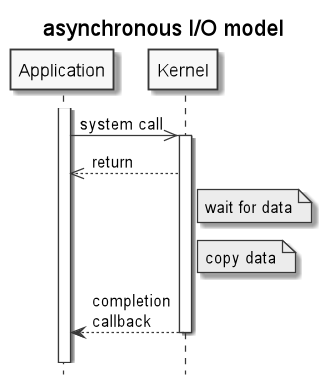
Earlier version of the PlantUML export .images/asynchronous_IO_model.png (c0p4c4b4n4/demo-sockets-io-nio-nio2).
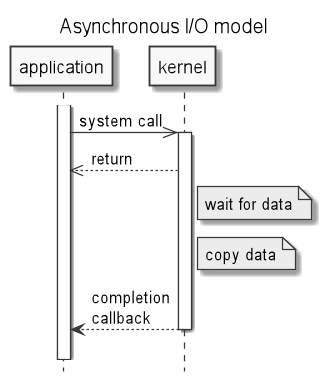
After the change.

Change to the diagram source:
```diff
@@ -1,14 +1,15 @@
 @startuml
-title asynchronous I/O model
+title Asynchronous I/O model
 hide footbox
 skinparam monochrome true
-activate Application
-Application->>Kernel: system call
-activate Kernel
-Kernel-->>Application: return
-Note right of Kernel: wait for data
-Note right of Kernel: copy data
-Kernel-->Application: completion\ncallback
-deactivate Kernel
+skinparam titleFontSize 16
+activate application
+application->>kernel: system call
+activate kernel
+kernel-->>application: return
+Note right of kernel: wait for data
+Note right of kernel: copy data
+kernel-->application: completion\ncallback
+deactivate kernel
 ||15||
 @enduml
```
